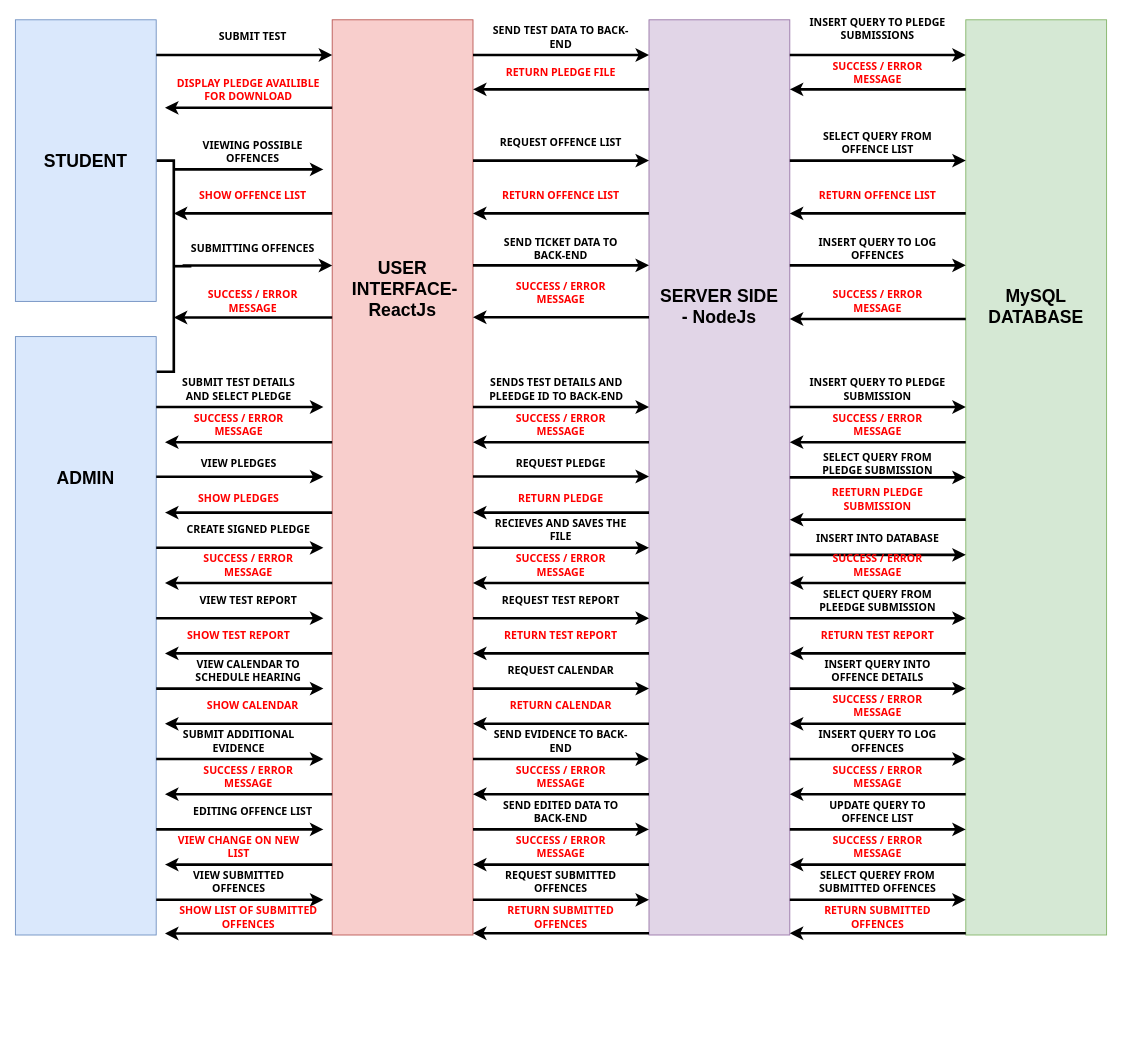
OOPS-2022/student_support_system keeps this draw.io diagram as page "HighArchitecture" (1 of 6) of ArchitectureDiagram.drawio. Above is the earlier version. Source tidied: cells renumbered, new cells numbered last; positions are measured from the earlier drawing's top-left corner, leaving out a move shared by most shapes. Both pictures are drawn from the tidied source at 88%, with x=0, y=0 at pixel (15, 19).
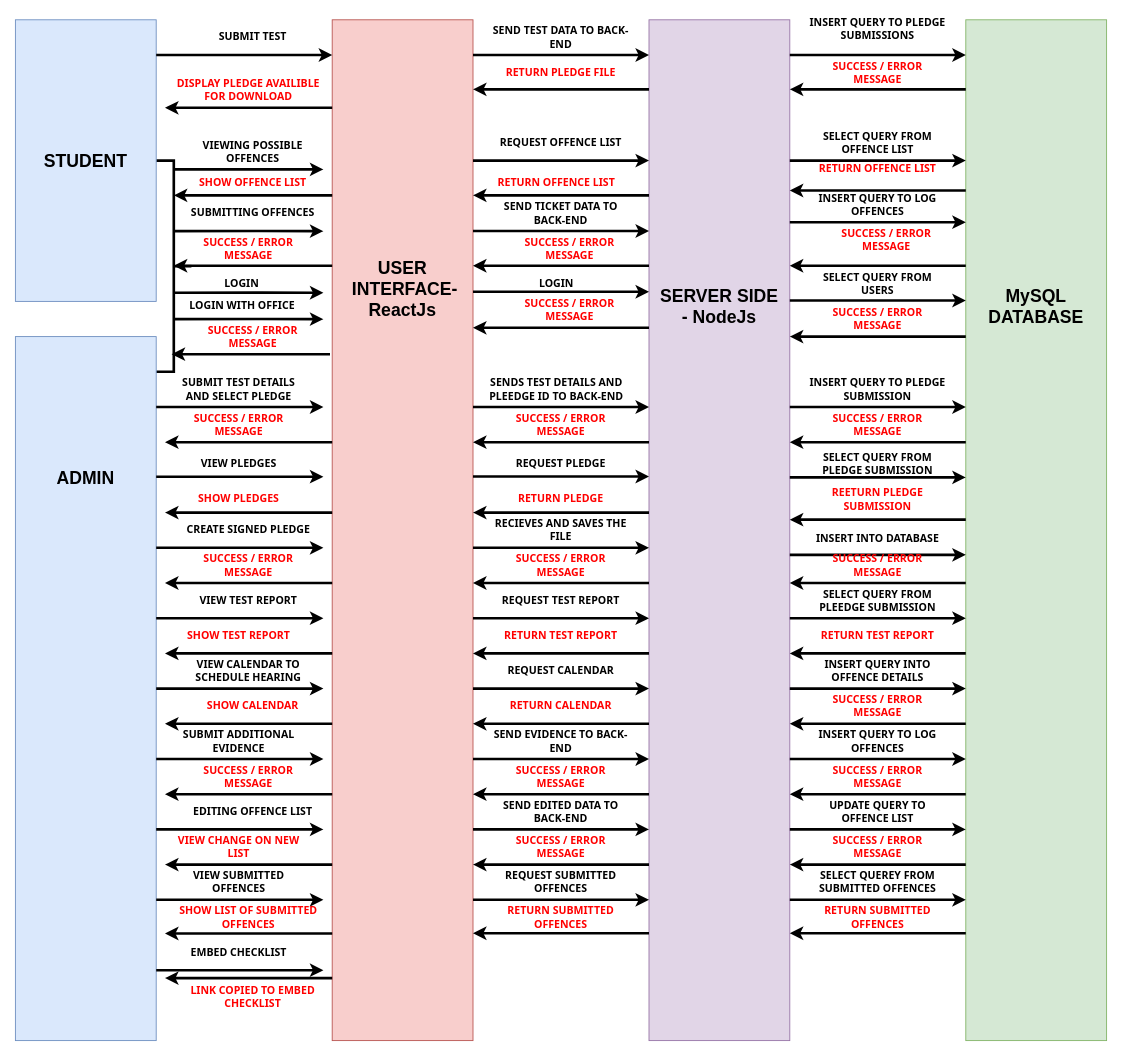
The same page after the edit.

Diff of the diagram source:
```diff
@@
     <mxCell id="3" style="rounded=0;whiteSpace=wrap;html=1;fontFamily=Helvetica;fontSize=20;fillColor=#f8cecc;strokeColor=#b85450;" parent="1" vertex="1">
-      <mxGeometry x="360" width="160" height="1040" as="geometry" />
+      <mxGeometry x="360" width="160" height="1160" as="geometry" />
     </mxCell>
     <mxCell id="4" style="rounded=0;whiteSpace=wrap;html=1;fontFamily=Helvetica;fontSize=20;fillColor=#e1d5e7;strokeColor=#9673a6;" parent="1" vertex="1">
-      <mxGeometry x="720" width="160" height="1040" as="geometry" />
+      <mxGeometry x="720" width="160" height="1160" as="geometry" />
     </mxCell>
     <mxCell id="5" style="rounded=0;whiteSpace=wrap;html=1;fontFamily=Helvetica;fontSize=20;fillColor=#d5e8d4;strokeColor=#82b366;" parent="1" vertex="1">
-      <mxGeometry x="1080" width="160" height="1040" as="geometry" />
+      <mxGeometry x="1080" width="160" height="1160" as="geometry" />
     </mxCell>
@@
     <mxCell id="11" style="endArrow=classic;html=1;rounded=0;fontFamily=Helvetica;fontSize=20;strokeWidth=3;" parent="1" edge="1">
       <mxGeometry relative="1" as="geometry">
-        <mxPoint x="360" y="220" as="sourcePoint" />
-        <mxPoint x="180" y="220" as="targetPoint" />
+        <mxPoint x="360" y="199.5" as="sourcePoint" />
+        <mxPoint x="180" y="199.5" as="targetPoint" />
       </mxGeometry>
     </mxCell>
     <mxCell id="12" value="SHOW OFFENCE LIST" style="text;html=1;strokeColor=none;fillColor=none;align=center;verticalAlign=middle;whiteSpace=wrap;rounded=0;fontFamily=Tahoma;fontSize=12;fontStyle=1;fontColor=#FF0000;" parent="1" vertex="1">
-      <mxGeometry x="190" y="190" width="160" height="20" as="geometry" />
+      <mxGeometry x="190" y="175" width="160" height="20" as="geometry" />
     </mxCell>
     <mxCell id="13" style="rounded=0;whiteSpace=wrap;html=1;fontFamily=Tahoma;fontSize=12;fillColor=#dae8fc;strokeColor=#6c8ebf;" parent="1" vertex="1">
-      <mxGeometry y="360" width="160" height="680" as="geometry" />
+      <mxGeometry y="360" width="160" height="800" as="geometry" />
     </mxCell>
@@
     <mxCell id="17" style="endArrow=classic;html=1;rounded=0;fontFamily=Helvetica;fontSize=20;strokeWidth=3;" parent="1" edge="1">
       <mxGeometry relative="1" as="geometry">
-        <mxPoint x="190" y="279.2" as="sourcePoint" />
-        <mxPoint x="360" y="279.2" as="targetPoint" />
+        <mxPoint x="180" y="240.2" as="sourcePoint" />
+        <mxPoint x="350" y="240.2" as="targetPoint" />
+        <Array as="points">
+          <mxPoint x="280" y="240" />
+        </Array>
       </mxGeometry>
     </mxCell>
     <mxCell id="18" value="SUBMITTING OFFENCES" style="text;html=1;strokeColor=none;fillColor=none;align=center;verticalAlign=middle;whiteSpace=wrap;rounded=0;fontFamily=Tahoma;fontSize=12;fontStyle=1;" parent="1" vertex="1">
-      <mxGeometry x="190" y="250" width="160" height="20" as="geometry" />
+      <mxGeometry x="190" y="210" width="160" height="20" as="geometry" />
     </mxCell>
     <mxCell id="19" style="endArrow=classic;html=1;rounded=0;fontFamily=Helvetica;fontSize=20;strokeWidth=3;" parent="1" edge="1">
       <mxGeometry relative="1" as="geometry">
-        <mxPoint x="360" y="338.3" as="sourcePoint" />
-        <mxPoint x="180" y="338.3" as="targetPoint" />
+        <mxPoint x="360" y="279.5" as="sourcePoint" />
+        <mxPoint x="180" y="279.5" as="targetPoint" />
       </mxGeometry>
     </mxCell>
     <mxCell id="20" value="SUCCESS / ERROR MESSAGE" style="text;html=1;strokeColor=none;fillColor=none;align=center;verticalAlign=middle;whiteSpace=wrap;rounded=0;fontFamily=Tahoma;fontSize=12;fontStyle=1;fontColor=#FF0000;" parent="1" vertex="1">
-      <mxGeometry x="190" y="310" width="160" height="20" as="geometry" />
+      <mxGeometry x="185" y="250" width="160" height="20" as="geometry" />
     </mxCell>
@@
     <mxCell id="63" style="endArrow=classic;html=1;rounded=0;fontFamily=Helvetica;fontSize=20;strokeWidth=3;" parent="1" edge="1">
       <mxGeometry relative="1" as="geometry">
-        <mxPoint x="720" y="220" as="sourcePoint" />
-        <mxPoint x="520" y="220" as="targetPoint" />
+        <mxPoint x="720" y="199.5" as="sourcePoint" />
+        <mxPoint x="520" y="199.5" as="targetPoint" />
       </mxGeometry>
     </mxCell>
     <mxCell id="64" value="RETURN OFFENCE LIST" style="text;html=1;strokeColor=none;fillColor=none;align=center;verticalAlign=middle;whiteSpace=wrap;rounded=0;fontFamily=Tahoma;fontSize=12;fontStyle=1;fontColor=#FF0000;" parent="1" vertex="1">
-      <mxGeometry x="525" y="190" width="190" height="20" as="geometry" />
+      <mxGeometry x="520" y="175" width="190" height="20" as="geometry" />
     </mxCell>
     <mxCell id="65" style="endArrow=classic;html=1;rounded=0;fontFamily=Helvetica;fontSize=20;strokeWidth=3;" parent="1" edge="1">
       <mxGeometry relative="1" as="geometry">
-        <mxPoint x="520" y="279" as="sourcePoint" />
-        <mxPoint x="720" y="279" as="targetPoint" />
+        <mxPoint x="520" y="240" as="sourcePoint" />
+        <mxPoint x="720" y="240" as="targetPoint" />
       </mxGeometry>
     </mxCell>
     <mxCell id="66" value="SEND TICKET DATA TO BACK-END" style="text;html=1;strokeColor=none;fillColor=none;align=center;verticalAlign=middle;whiteSpace=wrap;rounded=0;fontFamily=Tahoma;fontSize=12;fontStyle=1;" parent="1" vertex="1">
-      <mxGeometry x="540" y="250" width="160" height="20" as="geometry" />
+      <mxGeometry x="540" y="210" width="160" height="20" as="geometry" />
     </mxCell>
     <mxCell id="67" style="endArrow=classic;html=1;rounded=0;fontFamily=Helvetica;fontSize=20;strokeWidth=3;" parent="1" edge="1">
       <mxGeometry relative="1" as="geometry">
-        <mxPoint x="720" y="338" as="sourcePoint" />
-        <mxPoint x="520" y="338" as="targetPoint" />
+        <mxPoint x="720" y="279.5" as="sourcePoint" />
+        <mxPoint x="520" y="279.5" as="targetPoint" />
       </mxGeometry>
     </mxCell>
     <mxCell id="68" value="SUCCESS / ERROR MESSAGE" style="text;html=1;strokeColor=none;fillColor=none;align=center;verticalAlign=middle;whiteSpace=wrap;rounded=0;fontFamily=Tahoma;fontSize=12;fontStyle=1;fontColor=#FF0000;" parent="1" vertex="1">
-      <mxGeometry x="540" y="300" width="160" height="20" as="geometry" />
+      <mxGeometry x="550" y="250" width="160" height="20" as="geometry" />
     </mxCell>
@@
     <mxCell id="106" style="endArrow=classic;html=1;rounded=0;fontFamily=Helvetica;fontSize=20;strokeWidth=3;" parent="1" edge="1">
       <mxGeometry relative="1" as="geometry">
-        <mxPoint x="1080" y="220" as="sourcePoint" />
-        <mxPoint x="880" y="220" as="targetPoint" />
+        <mxPoint x="1080" y="194" as="sourcePoint" />
+        <mxPoint x="880" y="194" as="targetPoint" />
       </mxGeometry>
     </mxCell>
     <mxCell id="107" style="endArrow=classic;html=1;rounded=0;fontFamily=Helvetica;fontSize=20;strokeWidth=3;" parent="1" edge="1">
       <mxGeometry relative="1" as="geometry">
-        <mxPoint x="1080" y="340" as="sourcePoint" />
-        <mxPoint x="880" y="340" as="targetPoint" />
+        <mxPoint x="1080" y="279.5" as="sourcePoint" />
+        <mxPoint x="880" y="279.5" as="targetPoint" />
       </mxGeometry>
     </mxCell>
     <mxCell id="108" style="endArrow=classic;html=1;rounded=0;fontFamily=Helvetica;fontSize=20;strokeWidth=3;" parent="1" edge="1">
       <mxGeometry relative="1" as="geometry">
-        <mxPoint x="880" y="279" as="sourcePoint" />
-        <mxPoint x="1080" y="279" as="targetPoint" />
+        <mxPoint x="880" y="230" as="sourcePoint" />
+        <mxPoint x="1080" y="230" as="targetPoint" />
       </mxGeometry>
     </mxCell>
@@
     <mxCell id="110" value="RETURN OFFENCE LIST" style="text;html=1;strokeColor=none;fillColor=none;align=center;verticalAlign=middle;whiteSpace=wrap;rounded=0;fontFamily=Tahoma;fontSize=12;fontStyle=1;fontColor=#FF0000;" parent="1" vertex="1">
-      <mxGeometry x="900" y="190" width="160" height="20" as="geometry" />
+      <mxGeometry x="900" y="160" width="160" height="20" as="geometry" />
     </mxCell>
     <mxCell id="111" value="INSERT QUERY TO LOG OFFENCES" style="text;html=1;strokeColor=none;fillColor=none;align=center;verticalAlign=middle;whiteSpace=wrap;rounded=0;fontFamily=Tahoma;fontSize=12;fontStyle=1;" parent="1" vertex="1">
-      <mxGeometry x="900" y="250" width="160" height="20" as="geometry" />
+      <mxGeometry x="900" y="200" width="160" height="20" as="geometry" />
     </mxCell>
     <mxCell id="112" value="SUCCESS / ERROR MESSAGE" style="text;html=1;strokeColor=none;fillColor=none;align=center;verticalAlign=middle;whiteSpace=wrap;rounded=0;fontFamily=Tahoma;fontSize=12;fontStyle=1;fontColor=#FF0000;" parent="1" vertex="1">
-      <mxGeometry x="900" y="310" width="160" height="20" as="geometry" />
+      <mxGeometry x="910" y="240" width="160" height="20" as="geometry" />
     </mxCell>
@@
+    <mxCell id="145" style="endArrow=classic;html=1;rounded=0;fontFamily=Helvetica;fontSize=20;strokeWidth=3;" parent="1" edge="1">
+      <mxGeometry relative="1" as="geometry">
+        <mxPoint x="160" y="1080" as="sourcePoint" />
+        <mxPoint x="350" y="1080" as="targetPoint" />
+      </mxGeometry>
+    </mxCell>
+    <mxCell id="146" value="EMBED CHECKLIST" style="text;html=1;strokeColor=none;fillColor=none;align=center;verticalAlign=middle;whiteSpace=wrap;rounded=0;fontFamily=Tahoma;fontSize=12;fontStyle=1;" parent="1" vertex="1">
+      <mxGeometry x="174" y="1050" width="160" height="20" as="geometry" />
+    </mxCell>
+    <mxCell id="147" style="endArrow=classic;html=1;rounded=0;fontFamily=Helvetica;fontSize=20;strokeWidth=3;" parent="1" edge="1">
+      <mxGeometry relative="1" as="geometry">
+        <mxPoint x="360" y="1089" as="sourcePoint" />
+        <mxPoint x="170" y="1089" as="targetPoint" />
+      </mxGeometry>
+    </mxCell>
+    <mxCell id="148" value="LINK COPIED TO EMBED CHECKLIST" style="text;html=1;strokeColor=none;fillColor=none;align=center;verticalAlign=middle;whiteSpace=wrap;rounded=0;fontFamily=Tahoma;fontSize=12;fontStyle=1;fontColor=#FF0000;" parent="1" vertex="1">
+      <mxGeometry x="190" y="1100" width="160" height="20" as="geometry" />
+    </mxCell>
+    <mxCell id="149" style="endArrow=classic;html=1;rounded=0;fontFamily=Helvetica;fontSize=20;strokeWidth=3;" parent="1" edge="1">
+      <mxGeometry relative="1" as="geometry">
+        <mxPoint x="180" y="310.2" as="sourcePoint" />
+        <mxPoint x="350" y="310.2" as="targetPoint" />
+        <Array as="points">
+          <mxPoint x="280" y="310" />
+        </Array>
+      </mxGeometry>
+    </mxCell>
+    <mxCell id="150" value="LOGIN" style="text;html=1;strokeColor=none;fillColor=none;align=center;verticalAlign=middle;whiteSpace=wrap;rounded=0;fontFamily=Tahoma;fontSize=12;fontStyle=1;" parent="1" vertex="1">
+      <mxGeometry x="200" y="290" width="115" height="20" as="geometry" />
+    </mxCell>
+    <mxCell id="151" style="endArrow=classic;html=1;rounded=0;fontFamily=Helvetica;fontSize=20;strokeWidth=3;" parent="1" edge="1">
+      <mxGeometry relative="1" as="geometry">
+        <mxPoint x="520" y="309" as="sourcePoint" />
+        <mxPoint x="720" y="309" as="targetPoint" />
+      </mxGeometry>
+    </mxCell>
+    <mxCell id="152" value="LOGIN" style="text;html=1;strokeColor=none;fillColor=none;align=center;verticalAlign=middle;whiteSpace=wrap;rounded=0;fontFamily=Tahoma;fontSize=12;fontStyle=1;" parent="1" vertex="1">
+      <mxGeometry x="535" y="290" width="160" height="20" as="geometry" />
+    </mxCell>
+    <mxCell id="153" style="endArrow=classic;html=1;rounded=0;fontFamily=Helvetica;fontSize=20;strokeWidth=3;" parent="1" edge="1">
+      <mxGeometry relative="1" as="geometry">
+        <mxPoint x="880" y="319" as="sourcePoint" />
+        <mxPoint x="1080" y="319" as="targetPoint" />
+      </mxGeometry>
+    </mxCell>
+    <mxCell id="154" value="SELECT QUERY FROM USERS" style="text;html=1;strokeColor=none;fillColor=none;align=center;verticalAlign=middle;whiteSpace=wrap;rounded=0;fontFamily=Tahoma;fontSize=12;fontStyle=1;" parent="1" vertex="1">
+      <mxGeometry x="900" y="290" width="160" height="20" as="geometry" />
+    </mxCell>
+    <mxCell id="155" style="endArrow=classic;html=1;rounded=0;fontFamily=Helvetica;fontSize=20;strokeWidth=3;" parent="1" edge="1">
+      <mxGeometry relative="1" as="geometry">
+        <mxPoint x="1080" y="360" as="sourcePoint" />
+        <mxPoint x="880" y="360" as="targetPoint" />
+      </mxGeometry>
+    </mxCell>
+    <mxCell id="156" value="SUCCESS / ERROR MESSAGE" style="text;html=1;strokeColor=none;fillColor=none;align=center;verticalAlign=middle;whiteSpace=wrap;rounded=0;fontFamily=Tahoma;fontSize=12;fontStyle=1;fontColor=#FF0000;" parent="1" vertex="1">
+      <mxGeometry x="900" y="330" width="160" height="20" as="geometry" />
+    </mxCell>
+    <mxCell id="157" value="SUCCESS / ERROR MESSAGE" style="text;html=1;strokeColor=none;fillColor=none;align=center;verticalAlign=middle;whiteSpace=wrap;rounded=0;fontFamily=Tahoma;fontSize=12;fontStyle=1;fontColor=#FF0000;" parent="1" vertex="1">
+      <mxGeometry x="550" y="320" width="160" height="20" as="geometry" />
+    </mxCell>
+    <mxCell id="158" style="endArrow=classic;html=1;rounded=0;fontFamily=Helvetica;fontSize=20;strokeWidth=3;" parent="1" edge="1">
+      <mxGeometry relative="1" as="geometry">
+        <mxPoint x="720" y="350" as="sourcePoint" />
+        <mxPoint x="520" y="350" as="targetPoint" />
+      </mxGeometry>
+    </mxCell>
+    <mxCell id="159" value="LOGIN WITH OFFICE" style="text;html=1;strokeColor=none;fillColor=none;align=center;verticalAlign=middle;whiteSpace=wrap;rounded=0;fontFamily=Tahoma;fontSize=12;fontStyle=1;" parent="1" vertex="1">
+      <mxGeometry x="177.5" y="315" width="160" height="20" as="geometry" />
+    </mxCell>
+    <mxCell id="160" style="endArrow=classic;html=1;rounded=0;fontFamily=Helvetica;fontSize=20;strokeWidth=3;" parent="1" edge="1">
+      <mxGeometry relative="1" as="geometry">
+        <mxPoint x="180" y="340.2" as="sourcePoint" />
+        <mxPoint x="350" y="340.2" as="targetPoint" />
+        <Array as="points">
+          <mxPoint x="280" y="340" />
+        </Array>
+      </mxGeometry>
+    </mxCell>
+    <mxCell id="161" style="endArrow=classic;html=1;rounded=0;fontFamily=Helvetica;fontSize=20;strokeWidth=3;" parent="1" edge="1">
+      <mxGeometry relative="1" as="geometry">
+        <mxPoint x="357.5" y="380" as="sourcePoint" />
+        <mxPoint x="177.5" y="380" as="targetPoint" />
+      </mxGeometry>
+    </mxCell>
+    <mxCell id="162" value="SUCCESS / ERROR MESSAGE" style="text;html=1;strokeColor=none;fillColor=none;align=center;verticalAlign=middle;whiteSpace=wrap;rounded=0;fontFamily=Tahoma;fontSize=12;fontStyle=1;fontColor=#FF0000;" parent="1" vertex="1">
+      <mxGeometry x="190" y="350" width="160" height="20" as="geometry" />
+    </mxCell>
```
